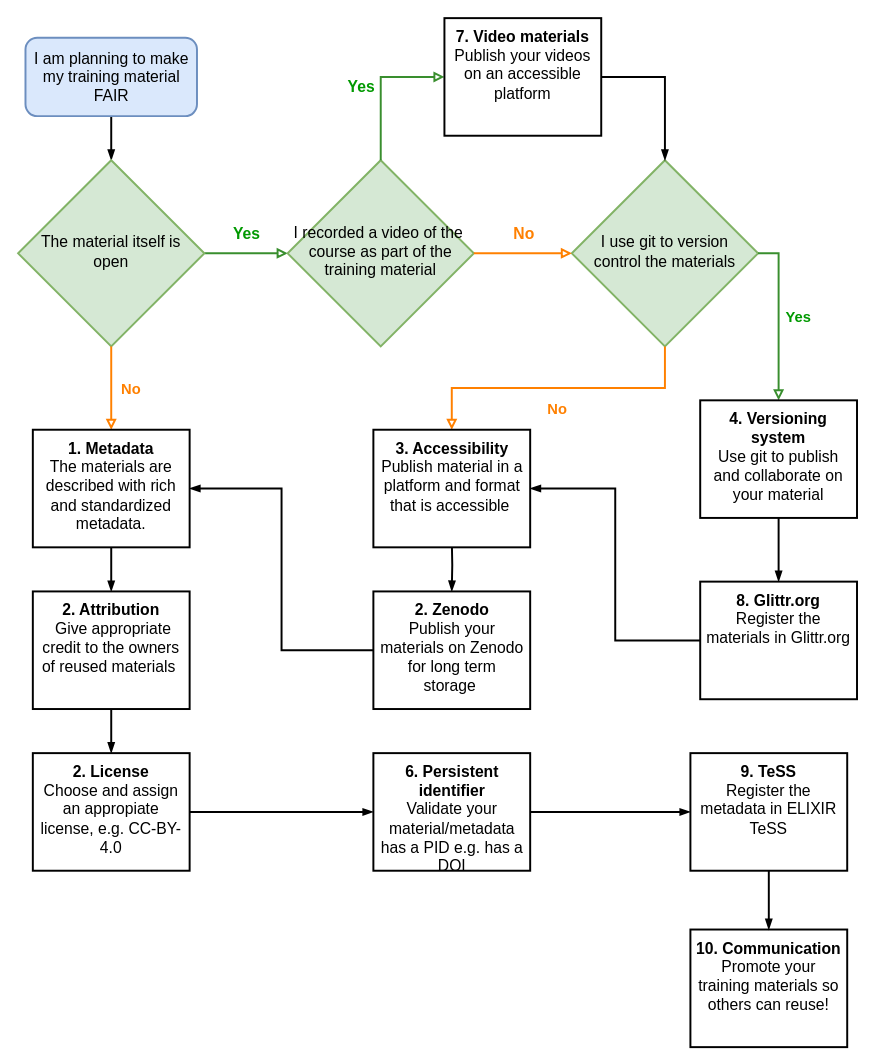
This is FAIR_training_flowchart.drawio from sib-swiss/FAIR-training-flowchart, a draw.io file, before an edit. Source tidied: cells renumbered, new cells numbered last; positions are measured from the earlier drawing's top-left corner, leaving out a move shared by most shapes. Both pictures are drawn from the tidied source at 98%, with x=0, y=0 at pixel (18, 18).
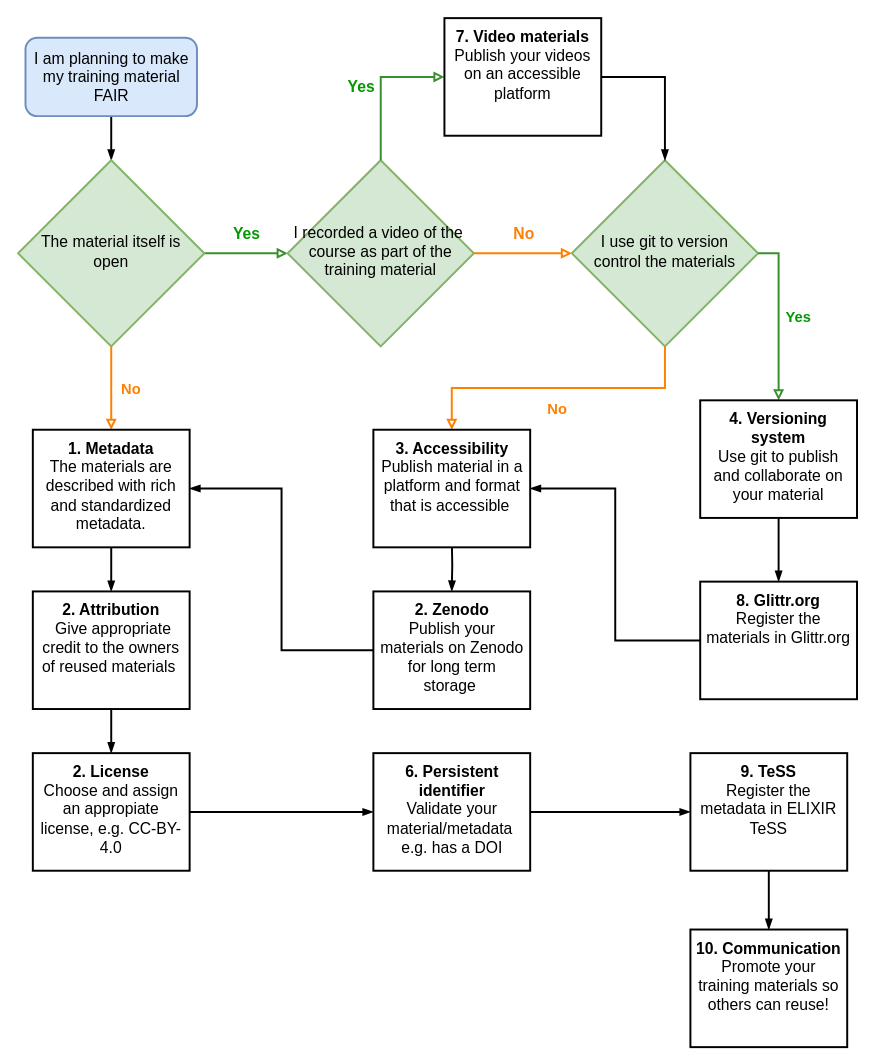
The same diagram, later.

The edit, as a diff of the source:
```diff
@@
-    <mxCell id="31" value="&lt;div&gt;&lt;font style=&quot;font-size: 16px;&quot;&gt;&lt;span style=&quot;font-weight: 700;&quot;&gt;6. Persistent identifier&lt;/span&gt;&lt;/font&gt;&lt;p style=&quot;margin-top: 0pt; margin-bottom: 0pt; margin-left: 0in; direction: ltr; unicode-bidi: embed; word-break: normal;&quot;&gt;&lt;font size=&quot;3&quot;&gt;Validate your material/metadata has a PID e.g. has a DOI&lt;/font&gt;&lt;/p&gt;&lt;/div&gt;" style="rounded=0;whiteSpace=wrap;html=1;spacing=5;verticalAlign=top;strokeWidth=2;" parent="1" vertex="1">
+    <mxCell id="31" value="&lt;div&gt;&lt;font style=&quot;font-size: 16px;&quot;&gt;&lt;span style=&quot;font-weight: 700;&quot;&gt;6. Persistent identifier&lt;/span&gt;&lt;/font&gt;&lt;p style=&quot;margin-top: 0pt; margin-bottom: 0pt; margin-left: 0in; direction: ltr; unicode-bidi: embed; word-break: normal;&quot;&gt;&lt;font size=&quot;3&quot;&gt;Validate your material/metadata&amp;nbsp; e.g. has a DOI&lt;/font&gt;&lt;/p&gt;&lt;/div&gt;" style="rounded=0;whiteSpace=wrap;html=1;spacing=5;verticalAlign=top;strokeWidth=2;" parent="1" vertex="1">
       <mxGeometry x="362.5" y="750" width="160" height="120" as="geometry" />
     </mxCell>
```
